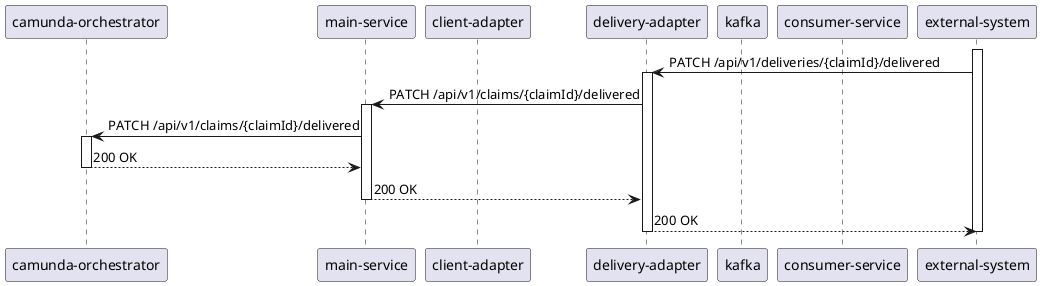
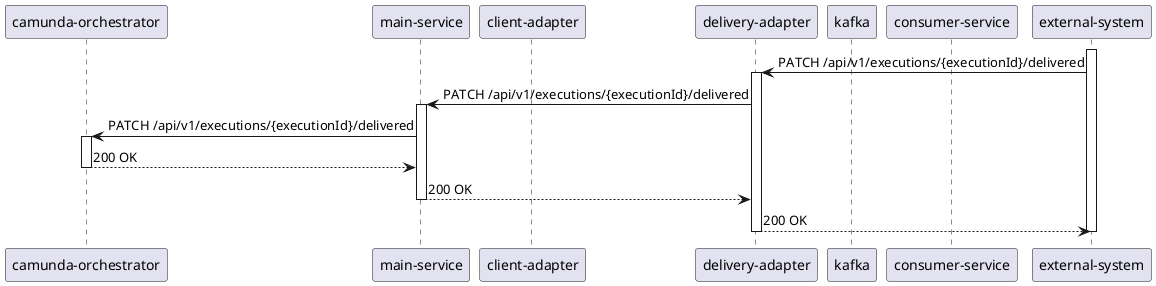
@startuml
participant "camunda-orchestrator" as camundaOrchestrator
participant "main-service" as mainService
participant "client-adapter" as clientAdapter
participant "delivery-adapter" as deliveryAdapter
participant "kafka" as kafka
participant "consumer-service" as consumerService
participant "external-system" as externalSystem

activate externalSystem
- externalSystem -> deliveryAdapter: PATCH /api/v1/deliveries/{claimId}/delivered
+ externalSystem -> deliveryAdapter: PATCH /api/v1/executions/{executionId}/delivered
  activate deliveryAdapter
-   deliveryAdapter -> mainService: PATCH /api/v1/claims/{claimId}/delivered
+   deliveryAdapter -> mainService: PATCH /api/v1/executions/{executionId}/delivered
    activate mainService
-     mainService -> camundaOrchestrator: PATCH /api/v1/claims/{claimId}/delivered
+     mainService -> camundaOrchestrator: PATCH /api/v1/executions/{executionId}/delivered
      activate camundaOrchestrator
      camundaOrchestrator --> mainService: 200 OK
      deactivate camundaOrchestrator
    mainService --> deliveryAdapter: 200 OK
    deactivate mainService
  deliveryAdapter --> externalSystem: 200 OK
  deactivate deliveryAdapter
deactivate externalSystem

@enduml